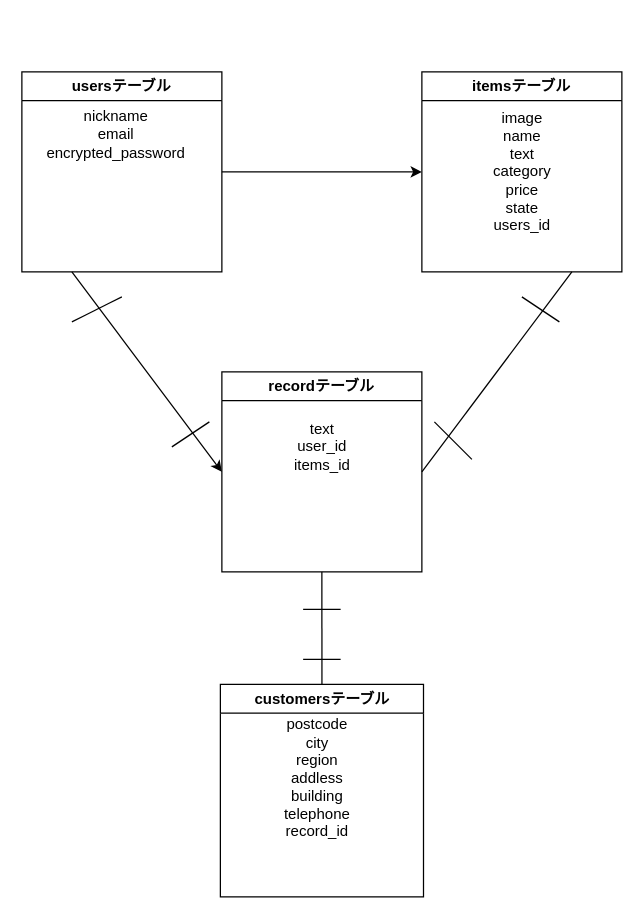
Before: furima.dio in yk031000/furima-38576, a draw.io diagram. Source tidied: cells renumbered, new cells numbered last; positions are measured from the earlier drawing's top-left corner, leaving out a move shared by most shapes. Both pictures are drawn from the tidied source at 125%, with x=0, y=0 at pixel (21, 71).
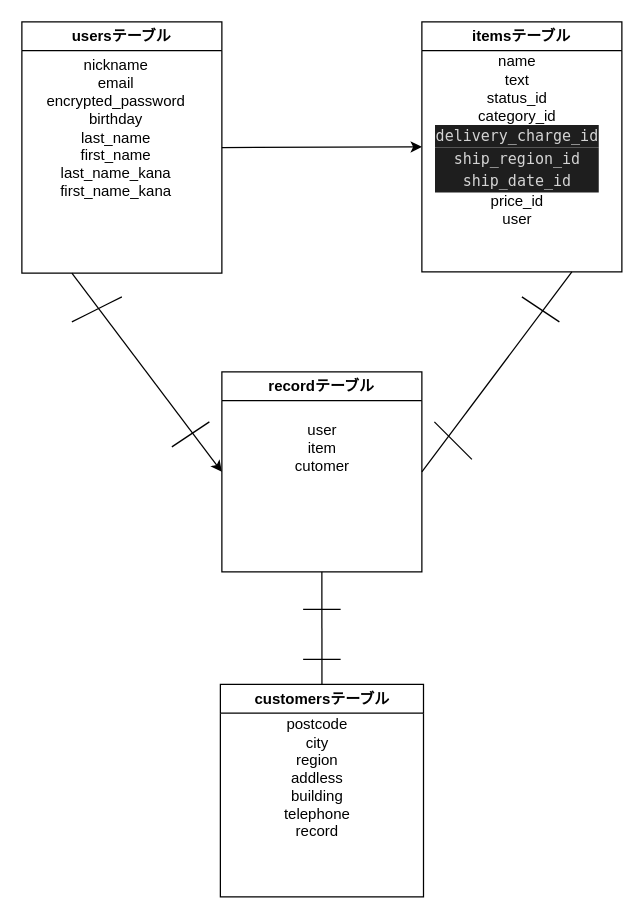
The same diagram, later.

Commit message (it also covers changes not shown here):
データベース設計作成

Unchanged cells that the change refers to:
```xml
<mxCell id="8" value="recordテーブル" style="swimlane;whiteSpace=wrap;html=1;" parent="1" vertex="1">
  <mxGeometry x="160" y="240" width="160" height="160" as="geometry" />
</mxCell>
<mxCell id="10" value="customersテーブル" style="swimlane;whiteSpace=wrap;html=1;startSize=23;" parent="1" vertex="1">
  <mxGeometry x="158.8" y="490" width="162.5" height="170" as="geometry" />
</mxCell>
```

The edit, as a diff of the source:
```diff
@@
     <mxCell id="4" value="usersテーブル" style="swimlane;whiteSpace=wrap;html=1;" parent="1" vertex="1">
-      <mxGeometry width="160" height="160" as="geometry" />
+      <mxGeometry y="-40" width="160" height="201" as="geometry" />
     </mxCell>
-    <mxCell id="5" value="nickname&lt;br&gt;email&lt;br&gt;encrypted_password" style="text;html=1;align=center;verticalAlign=middle;strokeColor=none;fillColor=none;" parent="4" vertex="1">
-      <mxGeometry x="10" y="20" width="130" height="60" as="geometry" />
+    <mxCell id="5" value="nickname&lt;br&gt;email&lt;br&gt;encrypted_password&lt;br&gt;birthday&lt;br&gt;last_name&lt;br&gt;first_name&lt;br&gt;last_name_kana&lt;br&gt;first_name_kana" style="text;html=1;align=center;verticalAlign=middle;strokeColor=none;fillColor=none;" parent="4" vertex="1">
+      <mxGeometry x="10" y="20" width="130" height="130" as="geometry" />
     </mxCell>
     <mxCell id="6" value="itemsテーブル" style="swimlane;whiteSpace=wrap;html=1;" parent="1" vertex="1">
-      <mxGeometry x="320" width="160" height="160" as="geometry" />
+      <mxGeometry x="320" y="-40" width="160" height="200" as="geometry" />
     </mxCell>
-    <mxCell id="7" value="image&lt;br&gt;name&lt;br&gt;text&lt;br&gt;category&lt;br&gt;price&lt;br&gt;state&lt;br&gt;users_id" style="text;html=1;align=center;verticalAlign=middle;strokeColor=none;fillColor=none;" parent="6" vertex="1">
-      <mxGeometry x="45" y="25" width="70" height="110" as="geometry" />
-    </mxCell>
+    <mxCell id="20" value="name&lt;br&gt;text&lt;br&gt;status_id&lt;br&gt;category_id&lt;br&gt;&lt;div style=&quot;color: rgb(212, 212, 212); background-color: rgb(30, 30, 30); font-family: Menlo, Monaco, &amp;quot;Courier New&amp;quot;, monospace; line-height: 18px;&quot;&gt;delivery_charge_id&lt;/div&gt;&lt;div style=&quot;color: rgb(212, 212, 212); background-color: rgb(30, 30, 30); font-family: Menlo, Monaco, &amp;quot;Courier New&amp;quot;, monospace; line-height: 18px;&quot;&gt;&lt;div style=&quot;line-height: 18px;&quot;&gt;ship_region_id&lt;/div&gt;&lt;div style=&quot;line-height: 18px;&quot;&gt;&lt;div style=&quot;line-height: 18px;&quot;&gt;ship_date_id&lt;/div&gt;&lt;/div&gt;&lt;/div&gt;price_id&lt;br&gt;user" style="text;html=1;align=center;verticalAlign=middle;strokeColor=none;fillColor=none;" parent="6" vertex="1">
+      <mxGeometry x="1" y="20" width="150" height="150" as="geometry" />
+    </mxCell>
@@
-    <mxCell id="9" value="text&lt;br&gt;user_id&lt;br&gt;items_id" style="text;html=1;align=center;verticalAlign=middle;strokeColor=none;fillColor=none;" parent="8" vertex="1">
-      <mxGeometry x="45" y="30" width="70" height="60" as="geometry" />
+    <mxCell id="9" value="user&lt;br&gt;item&lt;br&gt;cutomer&lt;br&gt;" style="text;html=1;align=center;verticalAlign=middle;strokeColor=none;fillColor=none;" parent="8" vertex="1">
+      <mxGeometry x="45" y="31" width="70" height="60" as="geometry" />
     </mxCell>
+    <mxCell id="21" value="&lt;br&gt;" style="text;html=1;align=center;verticalAlign=middle;strokeColor=none;fillColor=none;" parent="8" vertex="1">
+      <mxGeometry x="65" y="70" width="20" height="30" as="geometry" />
+    </mxCell>
@@
-    <mxCell id="11" value="postcode&lt;br&gt;city&lt;br&gt;region&lt;br&gt;addless&lt;br&gt;building&lt;br&gt;telephone&lt;br&gt;record_id" style="text;html=1;align=center;verticalAlign=middle;strokeColor=none;fillColor=none;" parent="10" vertex="1">
+    <mxCell id="11" value="postcode&lt;br&gt;city&lt;br&gt;region&lt;br&gt;addless&lt;br&gt;building&lt;br&gt;telephone&lt;br&gt;&lt;span style=&quot;background-color: initial;&quot;&gt;record&lt;/span&gt;" style="text;html=1;align=center;verticalAlign=middle;strokeColor=none;fillColor=none;" parent="10" vertex="1">
       <mxGeometry x="37.5" y="20" width="80" height="110" as="geometry" />
     </mxCell>
```
